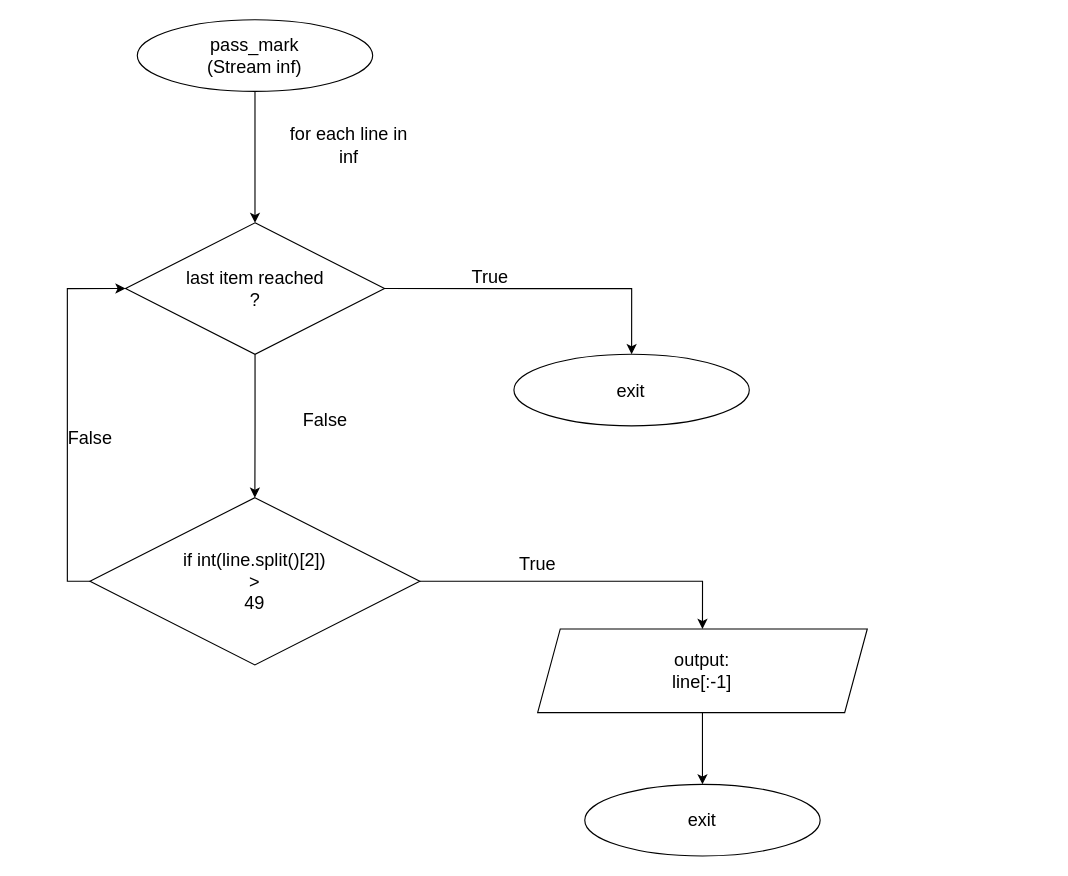
punyaprashun25/animated_login_form keeps this draw.io diagram as page "Page-3" (3 of 6) of Untitled Diagram.drawio. Above is the earlier version. Source tidied: cells renumbered, new cells numbered last; positions are measured from the earlier drawing's top-left corner, leaving out a move shared by most shapes. Both pictures are drawn from the tidied source at 113%, with x=0, y=0 at pixel (19, 19).
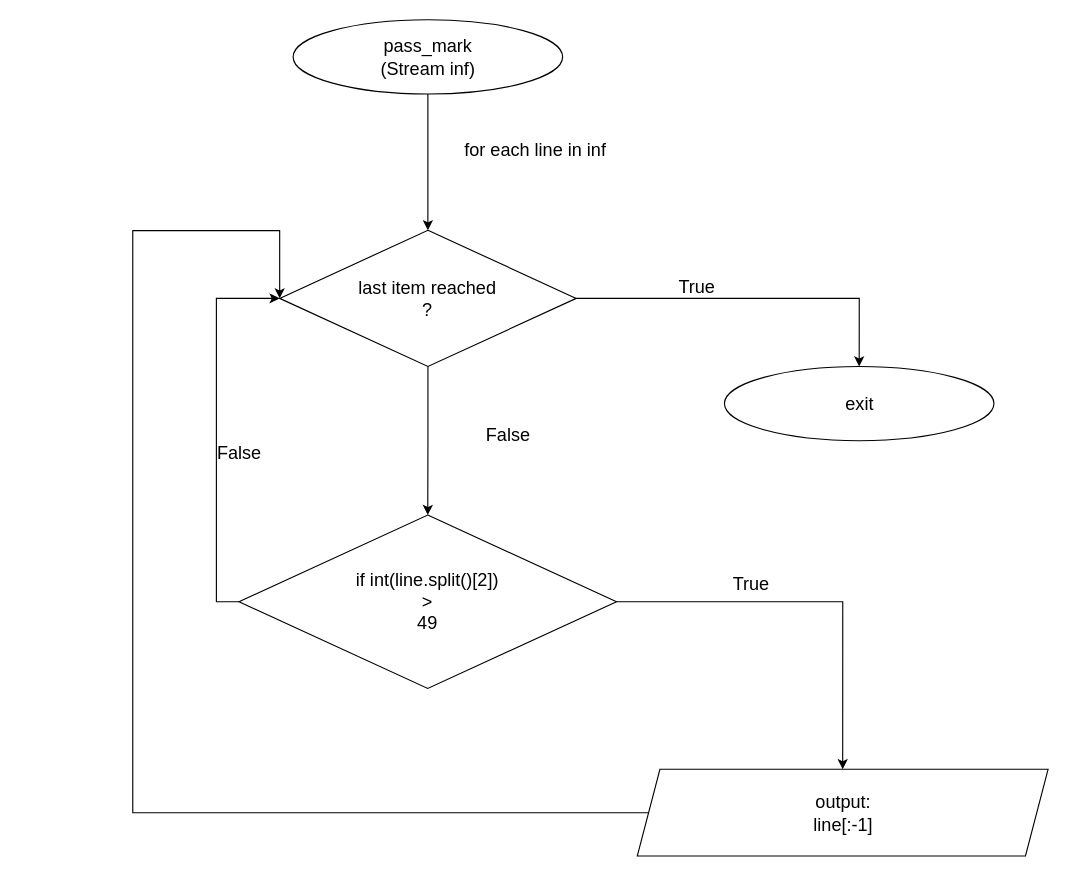
Above is the later version.

The edit, as a diff of the source:
```diff
@@
-    <mxCell id="2" style="group;fontSize=16;" parent="1" vertex="1">
-      <mxGeometry width="750" height="740" as="geometry" />
-    </mxCell>
+    <mxCell id="20" style="group;" parent="1" vertex="1">
+      <mxGeometry x="100" width="810" height="740" as="geometry" />
+    </mxCell>
-    <mxCell id="3" style="edgeStyle=orthogonalEdgeStyle;rounded=0;jettySize=auto;html=1;exitX=0.5;exitY=1;exitDx=0;exitDy=0;fontSize=16;" parent="2" edge="1" source="4" target="7">
+    <mxCell id="3" style="edgeStyle=orthogonalEdgeStyle;rounded=0;jettySize=auto;html=1;exitX=0.5;exitY=1;exitDx=0;exitDy=0;fontSize=16;" parent="20" edge="1" source="4" target="7">
       <mxGeometry relative="1" as="geometry" />
     </mxCell>
-    <mxCell id="4" value="&lt;div style=&quot;font-size: 16px;&quot;&gt;pass_mark&lt;/div&gt;&lt;div style=&quot;font-size: 16px;&quot;&gt;(&lt;span style=&quot;background-color: initial; font-size: 16px;&quot;&gt;Stream inf)&lt;/span&gt;&lt;/div&gt;" style="ellipse;whiteSpace=wrap;html=1;fontSize=16;" parent="2" vertex="1">
-      <mxGeometry x="104" width="208.3" height="63.4" as="geometry" />
+    <mxCell id="4" value="&lt;div style=&quot;font-size: 16px;&quot;&gt;pass_mark&lt;/div&gt;&lt;div style=&quot;font-size: 16px;&quot;&gt;(&lt;span style=&quot;background-color: initial; font-size: 16px;&quot;&gt;Stream inf)&lt;/span&gt;&lt;/div&gt;" style="ellipse;whiteSpace=wrap;html=1;fontSize=16;" parent="20" vertex="1">
+      <mxGeometry x="141.9" width="238.5" height="65.7" as="geometry" />
     </mxCell>
-    <mxCell id="5" style="edgeStyle=orthogonalEdgeStyle;rounded=0;jettySize=auto;html=1;exitX=1;exitY=0.5;exitDx=0;exitDy=0;entryX=0.5;entryY=0;entryDx=0;entryDy=0;fontSize=16;" parent="2" edge="1" source="7" target="9">
+    <mxCell id="5" style="edgeStyle=orthogonalEdgeStyle;rounded=0;jettySize=auto;html=1;exitX=1;exitY=0.5;exitDx=0;exitDy=0;entryX=0.5;entryY=0;entryDx=0;entryDy=0;fontSize=16;" parent="20" edge="1" source="7" target="9">
       <mxGeometry relative="1" as="geometry" />
     </mxCell>
-    <mxCell id="6" style="edgeStyle=orthogonalEdgeStyle;rounded=0;jettySize=auto;html=1;exitX=0.5;exitY=1;exitDx=0;exitDy=0;entryX=0.5;entryY=0;entryDx=0;entryDy=0;fontSize=16;" parent="2" edge="1" source="7" target="14">
+    <mxCell id="6" style="edgeStyle=orthogonalEdgeStyle;rounded=0;jettySize=auto;html=1;exitX=0.5;exitY=1;exitDx=0;exitDy=0;entryX=0.5;entryY=0;entryDx=0;entryDy=0;fontSize=16;" parent="20" edge="1" source="7" target="14">
       <mxGeometry relative="1" as="geometry" />
     </mxCell>
-    <mxCell id="7" value="&lt;font style=&quot;font-size: 16px;&quot;&gt;last item reached&lt;/font&gt;&lt;div style=&quot;font-size: 16px;&quot;&gt;&lt;font style=&quot;font-size: 16px;&quot;&gt;?&lt;/font&gt;&lt;/div&gt;" style="rhombus;whiteSpace=wrap;html=1;fontSize=16;" parent="2" vertex="1">
-      <mxGeometry x="93.6" y="179.7" width="229.2" height="116.3" as="geometry" />
+    <mxCell id="7" value="&lt;font style=&quot;font-size: 16px;&quot;&gt;last item reached&lt;/font&gt;&lt;div style=&quot;font-size: 16px;&quot;&gt;&lt;font style=&quot;font-size: 16px;&quot;&gt;?&lt;/font&gt;&lt;/div&gt;" style="rhombus;whiteSpace=wrap;html=1;fontSize=16;" parent="20" vertex="1">
+      <mxGeometry x="130" y="186.3" width="262.4" height="120.5" as="geometry" />
     </mxCell>
-    <mxCell id="8" value="for each line in inf" style="text;html=1;align=center;verticalAlign=middle;whiteSpace=wrap;rounded=0;fontSize=16;" parent="2" vertex="1">
-      <mxGeometry x="229" y="95.1" width="125" height="31.7" as="geometry" />
+    <mxCell id="8" value="for each line in inf" style="text;html=1;align=center;verticalAlign=middle;whiteSpace=wrap;rounded=0;fontSize=16;" parent="20" vertex="1">
+      <mxGeometry x="285.1" y="98.6" width="143.1" height="32.9" as="geometry" />
     </mxCell>
-    <mxCell id="9" value="exit" style="ellipse;whiteSpace=wrap;html=1;fontSize=16;" parent="2" vertex="1">
-      <mxGeometry x="437.3" y="296" width="208.3" height="63.4" as="geometry" />
+    <mxCell id="9" value="exit" style="ellipse;whiteSpace=wrap;html=1;fontSize=16;" parent="20" vertex="1">
+      <mxGeometry x="523.6" y="306.8" width="238.5" height="65.7" as="geometry" />
     </mxCell>
-    <mxCell id="10" value="True" style="text;html=1;align=center;verticalAlign=middle;whiteSpace=wrap;rounded=0;fontSize=16;" parent="2" vertex="1">
-      <mxGeometry x="354" y="211.4" width="125" height="31.7" as="geometry" />
+    <mxCell id="10" value="True" style="text;html=1;align=center;verticalAlign=middle;whiteSpace=wrap;rounded=0;fontSize=16;" parent="20" vertex="1">
+      <mxGeometry x="428.2" y="219.1" width="143.1" height="32.9" as="geometry" />
     </mxCell>
-    <mxCell id="11" value="False" style="text;html=1;align=center;verticalAlign=middle;whiteSpace=wrap;rounded=0;fontSize=16;" parent="2" vertex="1">
-      <mxGeometry x="208.1" y="338.3" width="125" height="31.7" as="geometry" />
+    <mxCell id="11" value="False" style="text;html=1;align=center;verticalAlign=middle;whiteSpace=wrap;rounded=0;fontSize=16;" parent="20" vertex="1">
+      <mxGeometry x="261.2" y="350.6" width="143.1" height="32.9" as="geometry" />
     </mxCell>
-    <mxCell id="12" style="edgeStyle=orthogonalEdgeStyle;rounded=0;jettySize=auto;html=1;exitX=1;exitY=0.5;exitDx=0;exitDy=0;entryX=0.5;entryY=0;entryDx=0;entryDy=0;fontSize=16;" parent="2" edge="1" source="14" target="16">
+    <mxCell id="12" style="edgeStyle=orthogonalEdgeStyle;rounded=0;jettySize=auto;html=1;exitX=1;exitY=0.5;exitDx=0;exitDy=0;entryX=0.5;entryY=0;entryDx=0;entryDy=0;fontSize=16;" parent="20" edge="1" source="14" target="16">
       <mxGeometry relative="1" as="geometry" />
     </mxCell>
-    <mxCell id="13" style="edgeStyle=orthogonalEdgeStyle;rounded=0;jettySize=auto;html=1;exitX=0;exitY=0.5;exitDx=0;exitDy=0;entryX=0;entryY=0.5;entryDx=0;entryDy=0;fontSize=16;" parent="2" edge="1" source="14" target="7">
+    <mxCell id="13" style="edgeStyle=orthogonalEdgeStyle;rounded=0;jettySize=auto;html=1;exitX=0;exitY=0.5;exitDx=0;exitDy=0;entryX=0;entryY=0.5;entryDx=0;entryDy=0;fontSize=16;" parent="20" edge="1" source="14" target="7">
       <mxGeometry relative="1" as="geometry" />
     </mxCell>
-    <mxCell id="14" value="&lt;font style=&quot;font-size: 16px;&quot;&gt;if int(line.split()[2])&lt;/font&gt;&lt;div style=&quot;font-size: 16px;&quot;&gt;&lt;font style=&quot;font-size: 16px;&quot;&gt;&amp;gt;&lt;/font&gt;&lt;/div&gt;&lt;div style=&quot;font-size: 16px;&quot;&gt;&lt;font style=&quot;font-size: 16px;&quot;&gt;49&lt;/font&gt;&lt;/div&gt;" style="rhombus;whiteSpace=wrap;html=1;fontSize=16;" parent="2" vertex="1">
-      <mxGeometry x="62.1" y="422.9" width="291.9" height="148" as="geometry" />
+    <mxCell id="14" value="&lt;font style=&quot;font-size: 16px;&quot;&gt;if int(line.split()[2])&lt;/font&gt;&lt;div style=&quot;font-size: 16px;&quot;&gt;&lt;font style=&quot;font-size: 16px;&quot;&gt;&amp;gt;&lt;/font&gt;&lt;/div&gt;&lt;div style=&quot;font-size: 16px;&quot;&gt;&lt;font style=&quot;font-size: 16px;&quot;&gt;49&lt;/font&gt;&lt;/div&gt;" style="rhombus;whiteSpace=wrap;html=1;fontSize=16;" parent="20" vertex="1">
+      <mxGeometry x="94" y="438.3" width="334.1" height="153.4" as="geometry" />
     </mxCell>
-    <mxCell id="15" style="edgeStyle=orthogonalEdgeStyle;rounded=0;jettySize=auto;html=1;exitX=0.5;exitY=1;exitDx=0;exitDy=0;entryX=0.5;entryY=0;entryDx=0;entryDy=0;fontSize=16;" parent="2" edge="1" source="16" target="17">
-      <mxGeometry relative="1" as="geometry" />
-    </mxCell>
+    <mxCell id="21" style="edgeStyle=orthogonalEdgeStyle;rounded=0;jettySize=auto;html=1;entryX=0;entryY=0.5;entryDx=0;entryDy=0;fontSize=16;" parent="20" edge="1" source="16" target="7">
+      <mxGeometry relative="1" as="geometry">
+        <Array as="points">
+          <mxPoint y="701.7" />
+          <mxPoint y="186.6" />
+          <mxPoint x="130.5" y="186.6" />
+        </Array>
+      </mxGeometry>
+    </mxCell>
-    <mxCell id="16" value="output:&lt;div style=&quot;font-size: 16px;&quot;&gt;line[:-1]&lt;/div&gt;" style="shape=parallelogram;perimeter=parallelogramPerimeter;whiteSpace=wrap;html=1;fixedSize=1;size=19.999999999999773;fontSize=16;" parent="2" vertex="1">
-      <mxGeometry x="458.3" y="539.1" width="291.7" height="74" as="geometry" />
+    <mxCell id="16" value="output:&lt;div style=&quot;font-size: 16px;&quot;&gt;line[:-1]&lt;/div&gt;" style="shape=parallelogram;perimeter=parallelogramPerimeter;whiteSpace=wrap;html=1;fixedSize=1;size=19.999999999999773;fontSize=16;" parent="20" vertex="1">
+      <mxGeometry x="446.5" y="663.3" width="363.5" height="76.7" as="geometry" />
     </mxCell>
-    <mxCell id="17" value="exit" style="ellipse;whiteSpace=wrap;html=1;fontSize=16;" parent="2" vertex="1">
-      <mxGeometry x="500" y="676.6" width="208.3" height="63.4" as="geometry" />
-    </mxCell>
-    <mxCell id="18" value="True" style="text;html=1;align=center;verticalAlign=middle;whiteSpace=wrap;rounded=0;fontSize=16;" parent="2" vertex="1">
-      <mxGeometry x="395.8" y="465.1" width="125" height="31.7" as="geometry" />
+    <mxCell id="18" value="True" style="text;html=1;align=center;verticalAlign=middle;whiteSpace=wrap;rounded=0;fontSize=16;" parent="20" vertex="1">
+      <mxGeometry x="476.1" y="482.1" width="143.1" height="32.9" as="geometry" />
     </mxCell>
-    <mxCell id="19" value="False" style="text;html=1;align=center;verticalAlign=middle;whiteSpace=wrap;rounded=0;fontSize=16;" parent="2" vertex="1">
-      <mxGeometry y="354.1" width="125" height="31.7" as="geometry" />
+    <mxCell id="19" value="False" style="text;html=1;align=center;verticalAlign=middle;whiteSpace=wrap;rounded=0;fontSize=16;" parent="20" vertex="1">
+      <mxGeometry x="22.9" y="367" width="143.1" height="32.9" as="geometry" />
     </mxCell>
```
